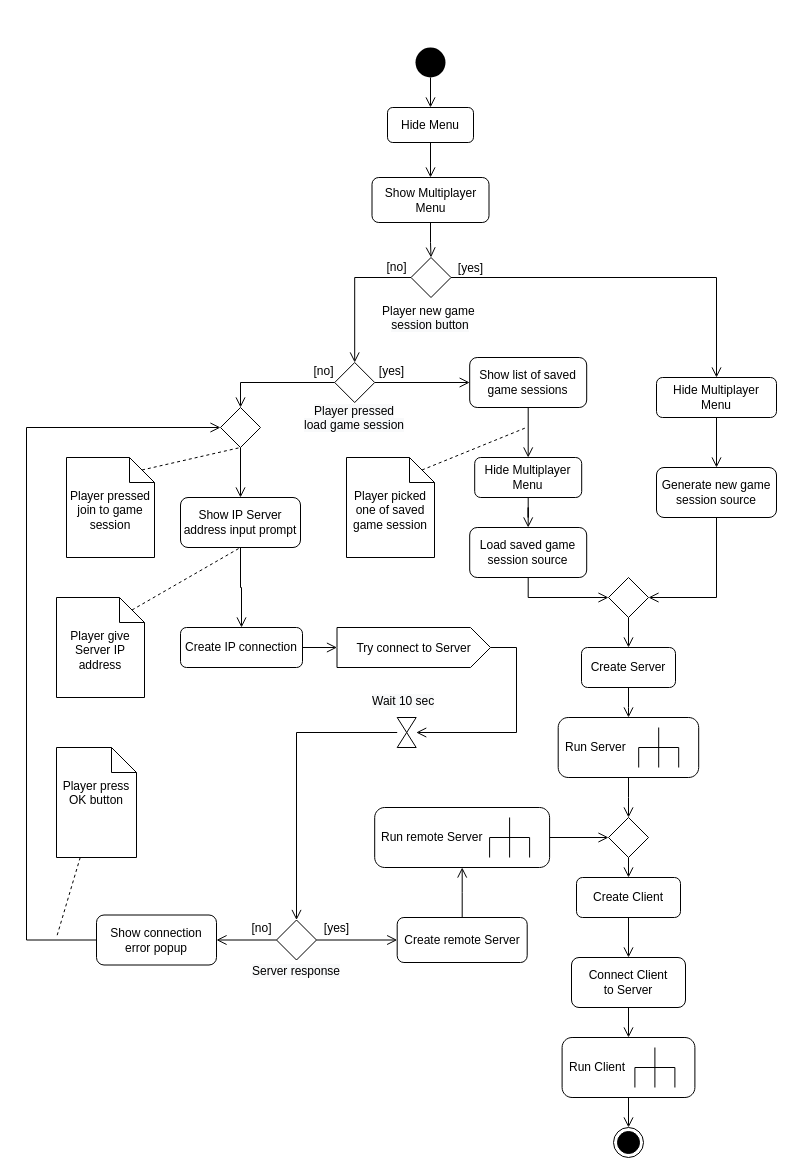
Before: doc/activity_diagrams/multiplayer/start_game.drawio in TadekBiela/heisttown, a draw.io diagram. Source tidied: cells renumbered, new cells numbered last; positions are measured from the earlier drawing's top-left corner, leaving out a move shared by most shapes. Both pictures are drawn from the tidied source at 100%, with x=0, y=0 at pixel (26, 47).
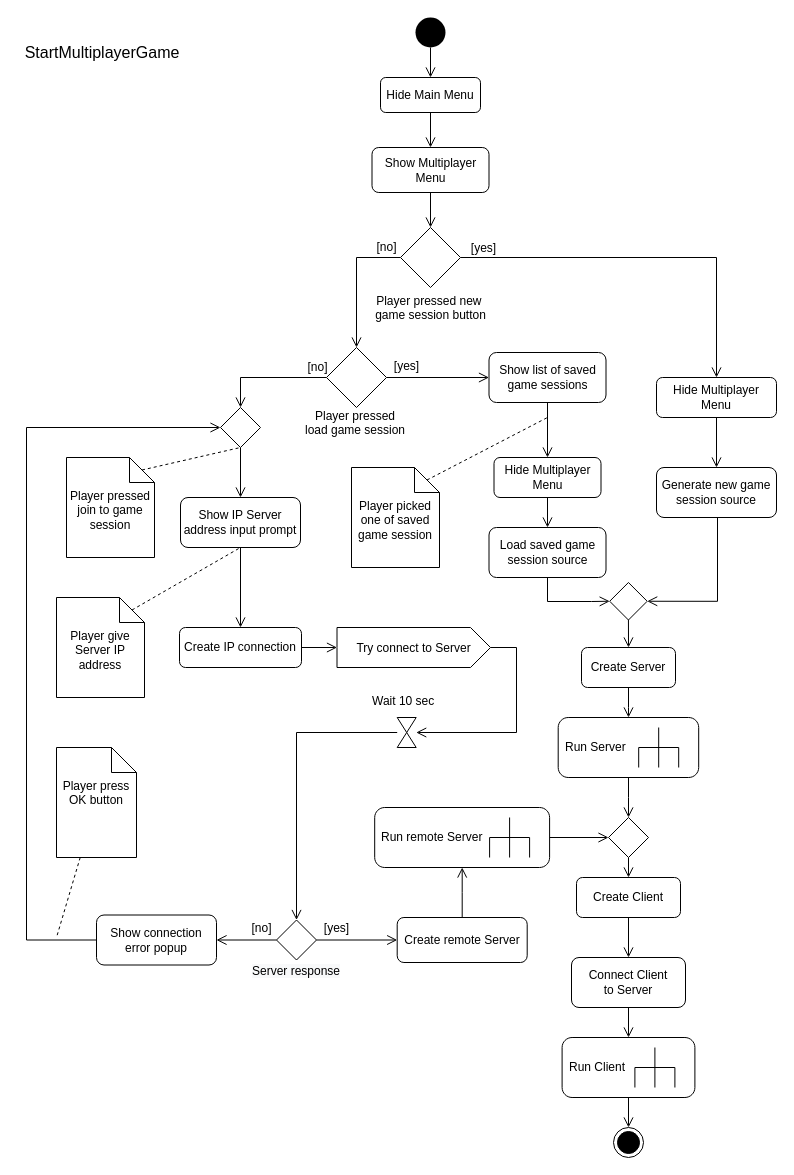
The same diagram, later.

Commit message (it also covers changes not shown here):
Updated start game multiplayer activity diagram

Unchanged cells that the change refers to:
```xml
<mxCell id="8" value="Create Server" style="rounded=1;whiteSpace=wrap;html=1;strokeColor=#000000;" parent="1" vertex="1">
  <mxGeometry x="555" y="600" width="94" height="40" as="geometry" />
</mxCell>
<mxCell id="15" value="&lt;span style=&quot;&quot;&gt;Generate new game session&amp;nbsp;&lt;/span&gt;&lt;span style=&quot;&quot;&gt;source&lt;/span&gt;" style="rounded=1;whiteSpace=wrap;html=1;strokeColor=#000000;strokeWidth=1;" parent="1" vertex="1">
  <mxGeometry x="630" y="420" width="120" height="50" as="geometry" />
</mxCell>
<mxCell id="38" value="Hide Multiplayer&lt;br&gt;Menu" style="rounded=1;whiteSpace=wrap;html=1;strokeColor=#000000;strokeWidth=1;" parent="1" vertex="1">
  <mxGeometry x="630" y="330" width="120" height="40" as="geometry" />
</mxCell>
<mxCell id="70" style="rhombus;" parent="1" vertex="1">
  <mxGeometry x="194" y="360" width="40" height="40" as="geometry" />
</mxCell>
```

Change to the diagram source:
```diff
@@
-    <mxCell id="4" value="Hide&amp;nbsp;Menu" style="rounded=1;whiteSpace=wrap;html=1;strokeColor=#000000;" parent="1" vertex="1">
-      <mxGeometry x="361" y="60" width="86" height="35" as="geometry" />
+    <mxCell id="4" value="Hide Main Menu" style="rounded=1;whiteSpace=wrap;html=1;strokeColor=#000000;" parent="1" vertex="1">
+      <mxGeometry x="354" y="30" width="100" height="35" as="geometry" />
     </mxCell>
-    <mxCell id="5" style="edgeStyle=orthogonalEdgeStyle;rounded=0;jettySize=auto;html=1;entryX=0.5;entryY=0;entryDx=0;entryDy=0;endArrow=open;endFill=0;endSize=8;strokeColor=#000000;strokeWidth=1;" parent="1" edge="1" source="6" target="35">
+    <mxCell id="5" style="edgeStyle=orthogonalEdgeStyle;rounded=0;jettySize=auto;html=1;endArrow=open;endFill=0;endSize=8;strokeColor=#000000;strokeWidth=1;" parent="1" edge="1" source="6" target="76">
       <mxGeometry relative="1" as="geometry" />
     </mxCell>
     <mxCell id="6" value="Show Multiplayer Menu" style="rounded=1;whiteSpace=wrap;html=1;strokeColor=#000000;" parent="1" vertex="1">
-      <mxGeometry x="345.5" y="130" width="117" height="45" as="geometry" />
+      <mxGeometry x="345.5" y="100" width="117" height="45" as="geometry" />
     </mxCell>
@@
-    <mxCell id="11" style="edgeStyle=orthogonalEdgeStyle;rounded=0;jettySize=auto;html=1;entryX=0.5;entryY=0;entryDx=0;entryDy=0;endArrow=open;endFill=0;endSize=8;strokeColor=#000000;strokeWidth=1;exitX=1;exitY=0.5;exitDx=0;exitDy=0;" parent="1" edge="1" source="35" target="38">
+    <mxCell id="11" style="edgeStyle=orthogonalEdgeStyle;rounded=0;jettySize=auto;html=1;entryX=0.5;entryY=0;entryDx=0;entryDy=0;endArrow=open;endFill=0;endSize=8;strokeColor=#000000;strokeWidth=1;exitX=1;exitY=0.5;exitDx=0;exitDy=0;" parent="1" edge="1" source="76" target="38">
       <mxGeometry relative="1" as="geometry" />
     </mxCell>
@@
-    <mxCell id="13" value="[no]" style="edgeStyle=orthogonalEdgeStyle;rounded=0;jettySize=auto;html=1;entryX=0.5;entryY=0;entryDx=0;entryDy=0;endArrow=open;endFill=0;endSize=8;strokeColor=#000000;strokeWidth=1;fontSize=12;" parent="1" edge="1" source="35" target="40">
+    <mxCell id="13" value="[no]" style="edgeStyle=orthogonalEdgeStyle;rounded=0;jettySize=auto;html=1;entryX=0.5;entryY=0;entryDx=0;entryDy=0;endArrow=open;endFill=0;endSize=8;strokeColor=#000000;strokeWidth=1;fontSize=12;exitX=0;exitY=0.5;exitDx=0;exitDy=0;" parent="1" edge="1" source="76" target="77">
       <mxGeometry x="-0.79" y="-10" relative="1" as="geometry" />
     </mxCell>
-    <mxCell id="14" style="edgeStyle=orthogonalEdgeStyle;rounded=0;jettySize=auto;html=1;entryX=1;entryY=0.5;entryDx=0;entryDy=0;fontSize=12;endArrow=open;endFill=0;endSize=8;strokeColor=#000000;strokeWidth=1;" parent="1" edge="1" source="15" target="66">
-      <mxGeometry relative="1" as="geometry">
-        <Array as="points">
-          <mxPoint x="690" y="550" />
-        </Array>
-      </mxGeometry>
-    </mxCell>
+    <mxCell id="73" style="edgeStyle=orthogonalEdgeStyle;rounded=0;jettySize=auto;html=1;entryX=1;entryY=0.5;entryDx=0;entryDy=0;fontSize=16;endSize=8;endArrow=open;endFill=0;" parent="1" edge="1" source="15" target="78">
+      <mxGeometry relative="1" as="geometry">
+        <Array as="points">
+          <mxPoint x="691" y="554" />
+        </Array>
+      </mxGeometry>
+    </mxCell>
@@
-    <mxCell id="16" style="edgeStyle=orthogonalEdgeStyle;rounded=0;jettySize=auto;html=1;entryX=0;entryY=0.5;entryDx=0;entryDy=0;endArrow=open;endFill=0;endSize=8;elbow=vertical;" parent="1" edge="1" source="17" target="66">
-      <mxGeometry relative="1" as="geometry">
-        <Array as="points">
-          <mxPoint x="502" y="550" />
-        </Array>
-      </mxGeometry>
-    </mxCell>
+    <mxCell id="74" style="edgeStyle=orthogonalEdgeStyle;rounded=0;jettySize=auto;html=1;entryX=0;entryY=0.5;entryDx=0;entryDy=0;fontSize=16;endArrow=open;endFill=0;endSize=8;" parent="1" edge="1" source="17" target="78">
+      <mxGeometry relative="1" as="geometry">
+        <Array as="points">
+          <mxPoint x="521" y="554" />
+          <mxPoint x="565" y="554" />
+        </Array>
+      </mxGeometry>
+    </mxCell>
     <mxCell id="17" value="&lt;span style=&quot;&quot;&gt;Load saved game session&amp;nbsp;&lt;/span&gt;&lt;span style=&quot;&quot;&gt;source&lt;/span&gt;" style="rounded=1;whiteSpace=wrap;html=1;strokeColor=#000000;strokeWidth=1;" parent="1" vertex="1">
-      <mxGeometry x="443.2" y="480" width="117" height="50" as="geometry" />
+      <mxGeometry x="462.5" y="480" width="117" height="50" as="geometry" />
     </mxCell>
@@
-    <mxCell id="23" style="edgeStyle=orthogonalEdgeStyle;rounded=0;jettySize=auto;html=1;entryX=0;entryY=0.5;entryDx=0;entryDy=0;endArrow=open;endFill=0;endSize=8;fontSize=12;exitX=1;exitY=0.5;exitDx=0;exitDy=0;" parent="1" edge="1" source="40" target="42">
+    <mxCell id="23" style="edgeStyle=orthogonalEdgeStyle;rounded=0;jettySize=auto;html=1;entryX=0;entryY=0.5;entryDx=0;entryDy=0;endArrow=open;endFill=0;endSize=8;fontSize=12;exitX=1;exitY=0.5;exitDx=0;exitDy=0;" parent="1" edge="1" source="77" target="42">
       <mxGeometry relative="1" as="geometry" />
     </mxCell>
     <mxCell id="24" value="[yes]" style="edgeLabel;html=1;align=center;verticalAlign=middle;fontSize=12;" parent="23" vertex="1">
       <mxGeometry x="-0.57" y="3" relative="1" as="geometry">
-        <mxPoint x="-4" y="-9" as="offset" />
+        <mxPoint x="-3" y="-9" as="offset" />
       </mxGeometry>
     </mxCell>
-    <mxCell id="25" style="edgeStyle=elbowEdgeStyle;rounded=0;jettySize=auto;html=1;entryX=0.5;entryY=0;entryDx=0;entryDy=0;fontSize=12;endArrow=open;endFill=0;endSize=8;exitX=0;exitY=0.5;exitDx=0;exitDy=0;elbow=vertical;" parent="1" edge="1" source="40" target="70">
-      <mxGeometry x="-0.69" y="-15" relative="1" as="geometry">
+    <mxCell id="25" value="[no]" style="edgeStyle=elbowEdgeStyle;rounded=0;jettySize=auto;html=1;entryX=0.5;entryY=0;entryDx=0;entryDy=0;fontSize=12;endArrow=open;endFill=0;endSize=8;exitX=0;exitY=0.5;exitDx=0;exitDy=0;elbow=vertical;" parent="1" edge="1" source="77" target="70">
+      <mxGeometry x="-0.85" y="-10" relative="1" as="geometry">
         <Array as="points">
+          <mxPoint x="251" y="330" />
           <mxPoint x="260" y="335" />
           <mxPoint x="140" y="425" />
           <mxPoint x="150" y="430" />
         </Array>
       </mxGeometry>
     </mxCell>
@@
     <mxCell id="27" value="Create IP connection" style="rounded=1;whiteSpace=wrap;html=1;strokeColor=#000000;strokeWidth=1;" parent="1" vertex="1">
-      <mxGeometry x="154" y="580" width="122" height="40" as="geometry" />
+      <mxGeometry x="153" y="580" width="122" height="40" as="geometry" />
     </mxCell>
@@
-    <mxCell id="35" style="rhombus;" parent="1" vertex="1">
-      <mxGeometry x="384.5" y="210" width="40" height="40" as="geometry" />
-    </mxCell>
-    <mxCell id="36" value="&lt;div style=&quot;&quot;&gt;Player&amp;nbsp;&lt;span style=&quot;&quot;&gt;new game&amp;nbsp;&lt;/span&gt;&lt;/div&gt;&lt;span style=&quot;color: rgb(0, 0, 0); font-family: Helvetica; font-size: 12px; font-style: normal; font-variant-ligatures: normal; font-variant-caps: normal; font-weight: 400; letter-spacing: normal; orphans: 2; text-indent: 0px; text-transform: none; widows: 2; word-spacing: 0px; -webkit-text-stroke-width: 0px; background-color: rgb(248, 249, 250); text-decoration-thickness: initial; text-decoration-style: initial; text-decoration-color: initial; float: none; display: inline !important;&quot;&gt;session button&lt;/span&gt;" style="text;whiteSpace=wrap;html=1;align=center;" parent="1" vertex="1">
-      <mxGeometry x="344" y="250" width="120" height="50" as="geometry" />
+    <mxCell id="36" value="&lt;div style=&quot;&quot;&gt;Player pressed&amp;nbsp;&lt;span style=&quot;&quot;&gt;new&amp;nbsp;&lt;/span&gt;&lt;/div&gt;&lt;div style=&quot;&quot;&gt;&lt;span style=&quot;background-color: initial;&quot;&gt;game session button&lt;/span&gt;&lt;/div&gt;" style="text;whiteSpace=wrap;html=1;align=center;" parent="1" vertex="1">
+      <mxGeometry x="335.5" y="240" width="137" height="50" as="geometry" />
     </mxCell>
@@
-    <mxCell id="39" value="&lt;span style=&quot;color: rgb(0, 0, 0); font-family: Helvetica; font-size: 12px; font-style: normal; font-variant-ligatures: normal; font-variant-caps: normal; font-weight: 400; letter-spacing: normal; orphans: 2; text-indent: 0px; text-transform: none; widows: 2; word-spacing: 0px; -webkit-text-stroke-width: 0px; background-color: rgb(248, 249, 250); text-decoration-thickness: initial; text-decoration-style: initial; text-decoration-color: initial; float: none; display: inline !important;&quot;&gt;Player pressed&lt;/span&gt;&lt;br style=&quot;color: rgb(0, 0, 0); font-family: Helvetica; font-size: 12px; font-style: normal; font-variant-ligatures: normal; font-variant-caps: normal; font-weight: 400; letter-spacing: normal; orphans: 2; text-indent: 0px; text-transform: none; widows: 2; word-spacing: 0px; -webkit-text-stroke-width: 0px; background-color: rgb(248, 249, 250); text-decoration-thickness: initial; text-decoration-style: initial; text-decoration-color: initial;&quot;&gt;&lt;span style=&quot;color: rgb(0, 0, 0); font-family: Helvetica; font-size: 12px; font-style: normal; font-variant-ligatures: normal; font-variant-caps: normal; font-weight: 400; letter-spacing: normal; orphans: 2; text-indent: 0px; text-transform: none; widows: 2; word-spacing: 0px; -webkit-text-stroke-width: 0px; background-color: rgb(248, 249, 250); text-decoration-thickness: initial; text-decoration-style: initial; text-decoration-color: initial; float: none; display: inline !important;&quot;&gt;load game&amp;nbsp;&lt;/span&gt;&lt;span style=&quot;color: rgb(0, 0, 0); font-family: Helvetica; font-size: 12px; font-style: normal; font-variant-ligatures: normal; font-variant-caps: normal; font-weight: 400; letter-spacing: normal; orphans: 2; text-indent: 0px; text-transform: none; widows: 2; word-spacing: 0px; -webkit-text-stroke-width: 0px; background-color: rgb(248, 249, 250); text-decoration-thickness: initial; text-decoration-style: initial; text-decoration-color: initial; float: none; display: inline !important;&quot;&gt;session&lt;/span&gt;" style="text;whiteSpace=wrap;html=1;align=center;" parent="1" vertex="1">
-      <mxGeometry x="273.2" y="350" width="110" height="60" as="geometry" />
+    <mxCell id="39" value="&lt;span style=&quot;color: rgb(0, 0, 0); font-family: Helvetica; font-size: 12px; font-style: normal; font-variant-ligatures: normal; font-variant-caps: normal; font-weight: 400; letter-spacing: normal; orphans: 2; text-indent: 0px; text-transform: none; widows: 2; word-spacing: 0px; -webkit-text-stroke-width: 0px; text-decoration-thickness: initial; text-decoration-style: initial; text-decoration-color: initial; float: none; display: inline !important;&quot;&gt;Player pressed&lt;/span&gt;&lt;br style=&quot;color: rgb(0, 0, 0); font-family: Helvetica; font-size: 12px; font-style: normal; font-variant-ligatures: normal; font-variant-caps: normal; font-weight: 400; letter-spacing: normal; orphans: 2; text-indent: 0px; text-transform: none; widows: 2; word-spacing: 0px; -webkit-text-stroke-width: 0px; text-decoration-thickness: initial; text-decoration-style: initial; text-decoration-color: initial;&quot;&gt;&lt;span style=&quot;color: rgb(0, 0, 0); font-family: Helvetica; font-size: 12px; font-style: normal; font-variant-ligatures: normal; font-variant-caps: normal; font-weight: 400; letter-spacing: normal; orphans: 2; text-indent: 0px; text-transform: none; widows: 2; word-spacing: 0px; -webkit-text-stroke-width: 0px; text-decoration-thickness: initial; text-decoration-style: initial; text-decoration-color: initial; float: none; display: inline !important;&quot;&gt;load game&amp;nbsp;&lt;/span&gt;&lt;span style=&quot;color: rgb(0, 0, 0); font-family: Helvetica; font-size: 12px; font-style: normal; font-variant-ligatures: normal; font-variant-caps: normal; font-weight: 400; letter-spacing: normal; orphans: 2; text-indent: 0px; text-transform: none; widows: 2; word-spacing: 0px; -webkit-text-stroke-width: 0px; text-decoration-thickness: initial; text-decoration-style: initial; text-decoration-color: initial; float: none; display: inline !important;&quot;&gt;session&lt;/span&gt;" style="text;whiteSpace=wrap;html=1;align=center;fillColor=none;labelBackgroundColor=none;" parent="1" vertex="1">
+      <mxGeometry x="274" y="355" width="110" height="60" as="geometry" />
     </mxCell>
-    <mxCell id="40" style="rhombus;" parent="1" vertex="1">
-      <mxGeometry x="308.2" y="315" width="40" height="40" as="geometry" />
-    </mxCell>
@@
     <mxCell id="42" value="Show list of saved game sessions" style="rounded=1;whiteSpace=wrap;html=1;strokeColor=#000000;strokeWidth=1;" parent="1" vertex="1">
-      <mxGeometry x="443.2" y="310" width="117" height="50" as="geometry" />
+      <mxGeometry x="462.5" y="305" width="117" height="50" as="geometry" />
     </mxCell>
@@
     <mxCell id="44" value="Hide Multiplayer&lt;br&gt;Menu" style="rounded=1;whiteSpace=wrap;html=1;strokeColor=#000000;strokeWidth=1;" parent="1" vertex="1">
-      <mxGeometry x="448.2" y="410" width="107" height="40" as="geometry" />
+      <mxGeometry x="467.5" y="410" width="107" height="40" as="geometry" />
     </mxCell>
@@
     <mxCell id="47" style="rounded=0;jettySize=auto;html=1;endArrow=none;endFill=0;endSize=8;dashed=1;exitX=0;exitY=0;exitDx=75.5;exitDy=12.5;exitPerimeter=0;" parent="1" edge="1" source="48">
       <mxGeometry relative="1" as="geometry">
-        <mxPoint x="500" y="380" as="targetPoint" />
+        <mxPoint x="521" y="370" as="targetPoint" />
       </mxGeometry>
     </mxCell>
     <mxCell id="48" value="Player picked one of saved game session" style="shape=note2;boundedLbl=1;whiteSpace=wrap;html=1;size=25;verticalAlign=top;align=center;" parent="1" vertex="1">
-      <mxGeometry x="320" y="410" width="88" height="100" as="geometry" />
+      <mxGeometry x="325" y="420" width="88" height="100" as="geometry" />
     </mxCell>
@@
-    <mxCell id="61" value="&lt;span style=&quot;color: rgb(0, 0, 0); font-family: Helvetica; font-size: 12px; font-style: normal; font-variant-ligatures: normal; font-variant-caps: normal; font-weight: 400; letter-spacing: normal; orphans: 2; text-align: center; text-indent: 0px; text-transform: none; widows: 2; word-spacing: 0px; -webkit-text-stroke-width: 0px; background-color: rgb(248, 249, 250); text-decoration-thickness: initial; text-decoration-style: initial; text-decoration-color: initial; float: none; display: inline !important;&quot;&gt;Wait 10 sec&lt;/span&gt;" style="text;whiteSpace=wrap;html=1;fillColor=none;" parent="1" vertex="1">
+    <mxCell id="61" value="&lt;span style=&quot;color: rgb(0, 0, 0); font-family: Helvetica; font-size: 12px; font-style: normal; font-variant-ligatures: normal; font-variant-caps: normal; font-weight: 400; letter-spacing: normal; orphans: 2; text-align: center; text-indent: 0px; text-transform: none; widows: 2; word-spacing: 0px; -webkit-text-stroke-width: 0px; text-decoration-thickness: initial; text-decoration-style: initial; text-decoration-color: initial; float: none; display: inline !important;&quot;&gt;Wait 10 sec&lt;/span&gt;" style="text;whiteSpace=wrap;html=1;fillColor=none;labelBackgroundColor=none;" parent="1" vertex="1">
       <mxGeometry x="344.2" y="640" width="72" height="20" as="geometry" />
     </mxCell>
@@
-    <mxCell id="65" style="edgeStyle=none;rounded=0;jettySize=auto;html=1;entryX=0.5;entryY=0;entryDx=0;entryDy=0;endArrow=open;endFill=0;endSize=8;elbow=vertical;" parent="1" edge="1" source="66" target="8">
+    <mxCell id="65" style="edgeStyle=none;rounded=0;jettySize=auto;html=1;entryX=0.5;entryY=0;entryDx=0;entryDy=0;endArrow=open;endFill=0;endSize=8;elbow=vertical;exitX=0.5;exitY=1;exitDx=0;exitDy=0;" parent="1" edge="1" source="78" target="8">
       <mxGeometry relative="1" as="geometry" />
     </mxCell>
-    <mxCell id="66" style="rhombus;" parent="1" vertex="1">
-      <mxGeometry x="582" y="530" width="40" height="40" as="geometry" />
-    </mxCell>
@@
     <mxCell id="71" style="ellipse;fillColor=#000000;strokeColor=none;" parent="1" vertex="1">
-      <mxGeometry x="389" width="30" height="30" as="geometry" />
+      <mxGeometry x="389" y="-30" width="30" height="30" as="geometry" />
     </mxCell>
-    <mxCell id="72" value="[no]" style="edgeLabel;html=1;align=center;verticalAlign=middle;fontSize=12;" parent="1" vertex="1">
-      <mxGeometry x="290" y="327" as="geometry">
-        <mxPoint x="6" y="-4" as="offset" />
-      </mxGeometry>
-    </mxCell>
+    <mxCell id="75" value="StartMultiplayerGame" style="text;html=1;strokeColor=none;fillColor=none;align=center;verticalAlign=middle;whiteSpace=wrap;rounded=0;fontSize=16;" parent="1" vertex="1">
+      <mxGeometry x="1" y="-10" width="150" height="30" as="geometry" />
+    </mxCell>
+    <mxCell id="76" style="rhombus;" parent="1" vertex="1">
+      <mxGeometry x="374" y="180" width="60" height="60" as="geometry" />
+    </mxCell>
+    <mxCell id="77" style="rhombus;" parent="1" vertex="1">
+      <mxGeometry x="300" y="300" width="60" height="60" as="geometry" />
+    </mxCell>
+    <mxCell id="78" style="rhombus;" parent="1" vertex="1">
+      <mxGeometry x="583.2" y="535" width="37.5" height="37.5" as="geometry" />
+    </mxCell>
```
